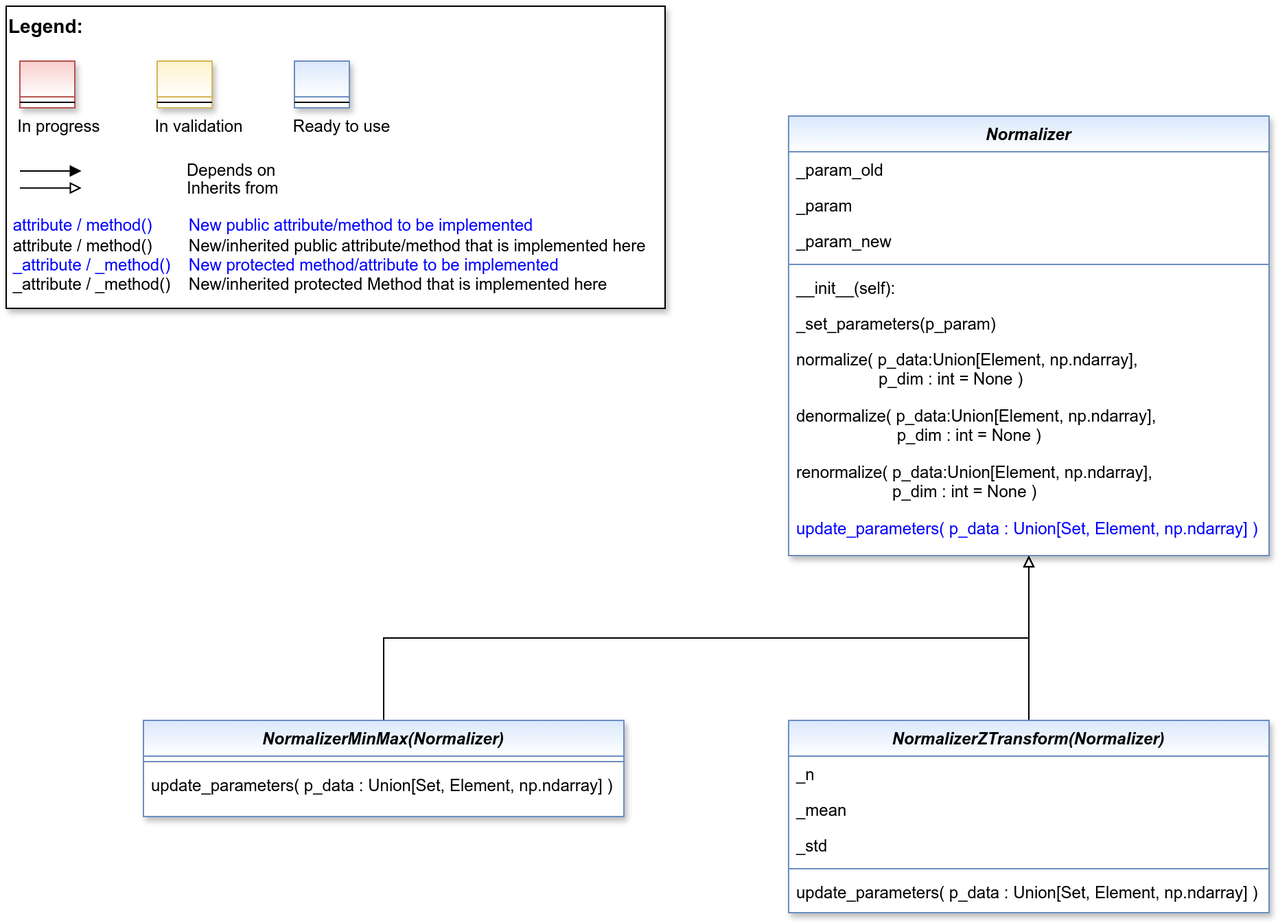
Above: doc/rtd/content/99_appendices/appendix2/sub/mlpro_bf/layer2_mathematics/images/MLPro-BF-Math-Normalizers_class_diagram.drawio.png in fhswf/MLPro (draw.io), before the change. Source tidied: cells renumbered, new cells last; positions are measured from the earlier drawing's top-left corner, leaving out a move shared by most shapes.
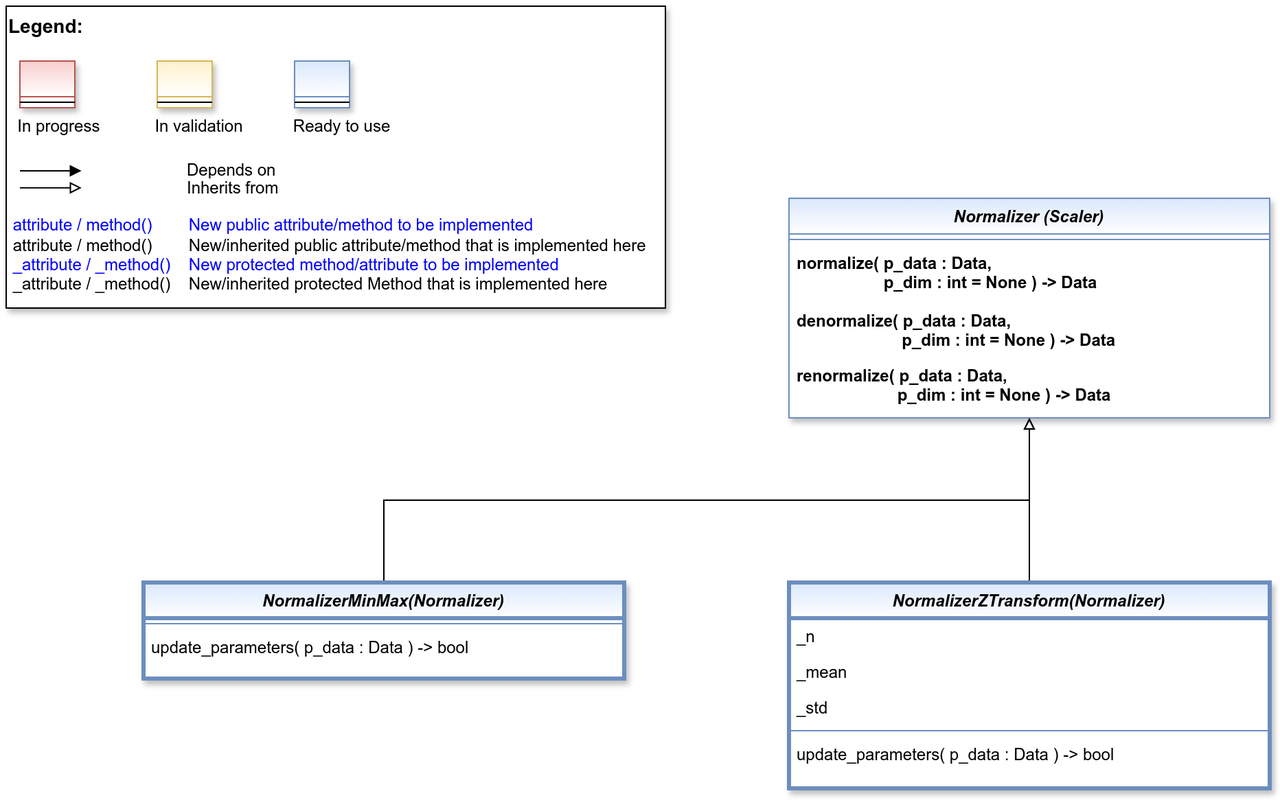
Above is the later version.

Commit message:
BF-Math: Extensions to the Function template #1221

Change to the diagram source:
```diff
@@ -4,114 +4,96 @@
     <mxCell id="1" parent="0" />
-    <mxCell id="2" value="Normalizer" style="swimlane;fontStyle=3;align=center;verticalAlign=top;horizontal=1;startSize=26;rounded=0;shadow=1;strokeWidth=1;fillColor=#dae8fc;strokeColor=#6c8ebf;gradientColor=#FFFFFF;swimlaneFillColor=#FFFFFF;" parent="1" vertex="1">
-      <mxGeometry x="570" y="80" width="350" height="320" as="geometry" />
+    <mxCell id="2" value="Normalizer (Scaler)" style="swimlane;fontStyle=3;align=center;verticalAlign=top;horizontal=1;startSize=26;rounded=0;shadow=1;strokeWidth=1;fillColor=#dae8fc;strokeColor=#6c8ebf;swimlaneFillColor=#FFFFFF;gradientColor=#FFFFFF;" parent="1" vertex="1">
+      <mxGeometry x="570" y="140" width="350" height="160" as="geometry" />
     </mxCell>
-    <mxCell id="3" value="_param_old" style="text;align=left;verticalAlign=top;spacingLeft=4;spacingRight=4;overflow=hidden;rounded=0;shadow=0;html=0;" parent="2" vertex="1">
-      <mxGeometry y="26" width="350" height="26" as="geometry" />
+    <mxCell id="3" style="line;html=1;strokeWidth=1;align=left;verticalAlign=middle;spacingTop=-1;spacingLeft=3;spacingRight=3;labelPosition=right;fillColor=#dae8fc;strokeColor=#6c8ebf;gradientColor=#FFFFFF;" parent="2" vertex="1">
+      <mxGeometry y="26" width="350" height="8" as="geometry" />
     </mxCell>
-    <mxCell id="4" value="_param" style="text;align=left;verticalAlign=top;spacingLeft=4;spacingRight=4;overflow=hidden;rounded=0;shadow=0;html=0;" parent="2" vertex="1">
-      <mxGeometry y="52" width="350" height="26" as="geometry" />
+    <mxCell id="4" value="normalize( p_data : Data, &#10;                   p_dim : int = None ) -&gt; Data" style="text;align=left;verticalAlign=top;spacingLeft=4;spacingRight=4;overflow=hidden;fontColor=default;fontStyle=1;" parent="2" vertex="1">
+      <mxGeometry y="34" width="350" height="42" as="geometry" />
     </mxCell>
-    <mxCell id="5" value="_param_new" style="text;align=left;verticalAlign=top;spacingLeft=4;spacingRight=4;overflow=hidden;rounded=0;shadow=0;html=0;" parent="2" vertex="1">
-      <mxGeometry y="78" width="350" height="26" as="geometry" />
+    <mxCell id="5" value="denormalize( p_data : Data, &#10;                       p_dim : int = None ) -&gt; Data" style="text;align=left;verticalAlign=top;spacingLeft=4;spacingRight=4;overflow=hidden;fontColor=default;fontStyle=1;" parent="2" vertex="1">
+      <mxGeometry y="76" width="350" height="40" as="geometry" />
     </mxCell>
-    <mxCell id="6" style="line;html=1;strokeWidth=1;align=left;verticalAlign=middle;spacingTop=-1;spacingLeft=3;spacingRight=3;labelPosition=right;fillColor=#dae8fc;strokeColor=#6c8ebf;gradientColor=#FFFFFF;" parent="2" vertex="1">
-      <mxGeometry y="104" width="350" height="8" as="geometry" />
+    <mxCell id="6" value="renormalize( p_data : Data, &#10;                      p_dim : int = None ) -&gt; Data" style="text;align=left;verticalAlign=top;spacingLeft=4;spacingRight=4;overflow=hidden;fontColor=default;fontStyle=1;" parent="2" vertex="1">
+      <mxGeometry y="116" width="350" height="40" as="geometry" />
     </mxCell>
-    <mxCell id="7" value="__init__(self):" style="text;align=left;verticalAlign=top;spacingLeft=4;spacingRight=4;overflow=hidden;" parent="2" vertex="1">
-      <mxGeometry y="112" width="350" height="26" as="geometry" />
+    <mxCell id="7" style="edgeStyle=orthogonalEdgeStyle;rounded=0;jettySize=auto;html=1;endArrow=block;endFill=0;" parent="1" edge="1" source="8" target="2">
+      <mxGeometry relative="1" as="geometry">
+        <Array as="points">
+          <mxPoint x="275" y="360" />
+          <mxPoint x="745" y="360" />
+        </Array>
+      </mxGeometry>
     </mxCell>
-    <mxCell id="8" value="_set_parameters(p_param)" style="text;align=left;verticalAlign=top;spacingLeft=4;spacingRight=4;overflow=hidden;points=[[0,0.5],[1,0.5]];portConstraint=eastwest;fontColor=#000000;" parent="2" vertex="1">
-      <mxGeometry y="138" width="350" height="26" as="geometry" />
+    <mxCell id="8" value="NormalizerMinMax(Normalizer)" style="swimlane;fontStyle=3;align=center;verticalAlign=top;horizontal=1;startSize=26;rounded=0;shadow=1;strokeWidth=3;fillColor=#dae8fc;strokeColor=#6c8ebf;gradientColor=#FFFFFF;swimlaneFillColor=#FFFFFF;" parent="1" vertex="1">
+      <mxGeometry x="100" y="420" width="350" height="70" as="geometry" />
     </mxCell>
-    <mxCell id="9" value="normalize( p_data:Union[Element, np.ndarray], &#10;                  p_dim : int = None )" style="text;align=left;verticalAlign=top;spacingLeft=4;spacingRight=4;overflow=hidden;whiteSpace=wrap;" parent="2" vertex="1">
-      <mxGeometry y="164" width="350" height="41" as="geometry" />
+    <mxCell id="9" style="line;html=1;strokeWidth=1;align=left;verticalAlign=middle;spacingTop=-1;spacingLeft=3;spacingRight=3;labelPosition=right;fillColor=#dae8fc;strokeColor=#6c8ebf;" parent="8" vertex="1">
+      <mxGeometry y="26" width="350" height="8" as="geometry" />
     </mxCell>
-    <mxCell id="10" value="denormalize( p_data:Union[Element, np.ndarray], &#10;                      p_dim : int = None )" style="text;align=left;verticalAlign=top;spacingLeft=4;spacingRight=4;overflow=hidden;whiteSpace=wrap;" parent="2" vertex="1">
-      <mxGeometry y="205" width="350" height="41" as="geometry" />
+    <mxCell id="10" value="update_parameters( p_data : Data ) -&gt; bool" style="text;align=left;verticalAlign=top;spacingLeft=4;spacingRight=4;overflow=hidden;fontColor=default;whiteSpace=wrap;" parent="8" vertex="1">
+      <mxGeometry y="34" width="350" height="28" as="geometry" />
     </mxCell>
-    <mxCell id="11" value="renormalize( p_data:Union[Element, np.ndarray], &#10;                     p_dim : int = None )" style="text;align=left;verticalAlign=top;spacingLeft=4;spacingRight=4;overflow=hidden;whiteSpace=wrap;" parent="2" vertex="1">
-      <mxGeometry y="246" width="350" height="41" as="geometry" />
+    <mxCell id="11" style="edgeStyle=orthogonalEdgeStyle;rounded=0;jettySize=auto;html=1;endArrow=block;endFill=0;" parent="1" edge="1" source="12" target="2">
+      <mxGeometry relative="1" as="geometry" />
     </mxCell>
-    <mxCell id="12" value="update_parameters( p_data : Union[Set, Element, np.ndarray] )" style="text;align=left;verticalAlign=top;spacingLeft=4;spacingRight=4;overflow=hidden;points=[[0,0.5],[1,0.5]];portConstraint=eastwest;fontColor=#0000FF;whiteSpace=wrap;" parent="2" vertex="1">
-      <mxGeometry y="287" width="350" height="28" as="geometry" />
+    <mxCell id="12" value="NormalizerZTransform(Normalizer)" style="swimlane;fontStyle=3;align=center;verticalAlign=top;horizontal=1;startSize=26;rounded=0;shadow=1;strokeWidth=3;fillColor=#dae8fc;strokeColor=#6c8ebf;gradientColor=#FFFFFF;swimlaneFillColor=#FFFFFF;" parent="1" vertex="1">
+      <mxGeometry x="570" y="420" width="350" height="150" as="geometry" />
     </mxCell>
-    <mxCell id="13" style="edgeStyle=orthogonalEdgeStyle;rounded=0;jettySize=auto;html=1;endArrow=block;endFill=0;" parent="1" edge="1" source="14" target="2">
-      <mxGeometry relative="1" as="geometry">
-        <Array as="points">
-          <mxPoint x="275" y="460" />
-          <mxPoint x="745" y="460" />
-        </Array>
-      </mxGeometry>
+    <mxCell id="13" value="_n" style="text;align=left;verticalAlign=top;spacingLeft=4;spacingRight=4;overflow=hidden;rounded=0;shadow=0;html=0;" parent="12" vertex="1">
+      <mxGeometry y="26" width="350" height="26" as="geometry" />
     </mxCell>
-    <mxCell id="14" value="NormalizerMinMax(Normalizer)" style="swimlane;fontStyle=3;align=center;verticalAlign=top;horizontal=1;startSize=26;rounded=0;shadow=1;strokeWidth=1;fillColor=#dae8fc;strokeColor=#6c8ebf;gradientColor=#FFFFFF;swimlaneFillColor=#FFFFFF;" parent="1" vertex="1">
-      <mxGeometry x="100" y="520" width="350" height="70" as="geometry" />
+    <mxCell id="14" value="_mean" style="text;align=left;verticalAlign=top;spacingLeft=4;spacingRight=4;overflow=hidden;points=[[0,0.5],[1,0.5]];portConstraint=eastwest;rounded=0;shadow=0;html=0;" parent="12" vertex="1">
+      <mxGeometry y="52" width="350" height="26" as="geometry" />
     </mxCell>
-    <mxCell id="15" style="line;html=1;strokeWidth=1;align=left;verticalAlign=middle;spacingTop=-1;spacingLeft=3;spacingRight=3;labelPosition=right;fillColor=#dae8fc;strokeColor=#6c8ebf;" parent="14" vertex="1">
-      <mxGeometry y="26" width="350" height="8" as="geometry" />
+    <mxCell id="15" value="_std" style="text;align=left;verticalAlign=top;spacingLeft=4;spacingRight=4;overflow=hidden;rounded=0;shadow=0;html=0;" parent="12" vertex="1">
+      <mxGeometry y="78" width="350" height="26" as="geometry" />
     </mxCell>
-    <mxCell id="16" value="update_parameters( p_data : Union[Set, Element, np.ndarray] )" style="text;align=left;verticalAlign=top;spacingLeft=4;spacingRight=4;overflow=hidden;fontColor=default;whiteSpace=wrap;" parent="14" vertex="1">
-      <mxGeometry y="34" width="350" height="28" as="geometry" />
+    <mxCell id="16" style="line;html=1;strokeWidth=1;align=left;verticalAlign=middle;spacingTop=-1;spacingLeft=3;spacingRight=3;labelPosition=right;fillColor=#dae8fc;strokeColor=#6c8ebf;gradientColor=#FFFFFF;" parent="12" vertex="1">
+      <mxGeometry y="104" width="350" height="8" as="geometry" />
     </mxCell>
-    <mxCell id="17" style="edgeStyle=orthogonalEdgeStyle;rounded=0;jettySize=auto;html=1;endArrow=block;endFill=0;" parent="1" edge="1" source="18" target="2">
-      <mxGeometry relative="1" as="geometry" />
+    <mxCell id="17" value="update_parameters( p_data : Data ) -&gt; bool" style="text;align=left;verticalAlign=top;spacingLeft=4;spacingRight=4;overflow=hidden;fontColor=default;whiteSpace=wrap;" parent="12" vertex="1">
+      <mxGeometry y="112" width="350" height="28" as="geometry" />
     </mxCell>
-    <mxCell id="18" value="NormalizerZTransform(Normalizer)" style="swimlane;fontStyle=3;align=center;verticalAlign=top;horizontal=1;startSize=26;rounded=0;shadow=1;strokeWidth=1;fillColor=#dae8fc;strokeColor=#6c8ebf;gradientColor=#FFFFFF;swimlaneFillColor=#FFFFFF;" parent="1" vertex="1">
-      <mxGeometry x="570" y="520" width="350" height="140" as="geometry" />
+    <mxCell id="18" style="group;" parent="1" vertex="1">
+      <mxGeometry width="480" height="220" as="geometry" />
     </mxCell>
-    <mxCell id="19" value="_n" style="text;align=left;verticalAlign=top;spacingLeft=4;spacingRight=4;overflow=hidden;rounded=0;shadow=0;html=0;" parent="18" vertex="1">
-      <mxGeometry y="26" width="350" height="26" as="geometry" />
+    <mxCell id="19" value="&lt;font color=&quot;#000000&quot; size=&quot;1&quot;&gt;&lt;b style=&quot;font-size: 14px&quot;&gt;Legend:&lt;br&gt;&lt;/b&gt;&lt;/font&gt;&lt;br&gt;&lt;br&gt;&lt;br&gt;&lt;font color=&quot;#0000ff&quot; style=&quot;font-size: 6px&quot;&gt;&lt;br&gt;&lt;/font&gt;&lt;span style=&quot;color: rgb(0 , 0 , 0)&quot;&gt;&lt;font style=&quot;font-size: 4px&quot;&gt;&amp;nbsp; &amp;nbsp;&lt;/font&gt;&amp;nbsp;In progress&amp;nbsp; &amp;nbsp; &amp;nbsp; &amp;nbsp; &amp;nbsp; &amp;nbsp; In validation&amp;nbsp; &amp;nbsp; &amp;nbsp; &amp;nbsp; &amp;nbsp; &amp;nbsp;Ready to use&lt;/span&gt;&lt;font color=&quot;#000000&quot;&gt;&amp;nbsp;&lt;br&gt;&lt;/font&gt;&lt;font color=&quot;#0000ff&quot;&gt;&lt;br&gt;&lt;br&gt;&lt;br&gt;&lt;br&gt;&amp;nbsp;attribute / method()&amp;nbsp; &amp;nbsp; &amp;nbsp; &amp;nbsp; New public attribute/method to be implemented&lt;/font&gt;&lt;br&gt;&lt;font color=&quot;#000000&quot;&gt;&amp;nbsp;&lt;/font&gt;&lt;font color=&quot;#000000&quot;&gt;attribute / method()&lt;span&gt;&#9;&lt;/span&gt;&amp;nbsp; &amp;nbsp; &amp;nbsp; &amp;nbsp;New/inherited public attribute/method that is implemented here&lt;br&gt;&lt;/font&gt;&lt;font color=&quot;#0000ff&quot;&gt;&amp;nbsp;_attribute /&amp;nbsp;&lt;/font&gt;&lt;font color=&quot;#0000ff&quot;&gt;_method()&amp;nbsp; &amp;nbsp; New protected method/attribute to be implemented&lt;/font&gt;&lt;br&gt;&lt;font color=&quot;#000000&quot;&gt;&amp;nbsp;_attribute / _method()&amp;nbsp; &amp;nbsp; New/inherited protected Method that is implemented here&lt;br&gt;&lt;/font&gt;&lt;font color=&quot;#000000&quot;&gt;&lt;br&gt;&lt;br&gt;&lt;br&gt;&lt;br&gt;&lt;br&gt;&lt;/font&gt;" style="text;html=1;align=left;verticalAlign=top;whiteSpace=wrap;rounded=0;fontColor=#006600;strokeColor=#000000;shadow=1;fillColor=#ffffff;" parent="18" vertex="1">
+      <mxGeometry width="480" height="220" as="geometry" />
     </mxCell>
-    <mxCell id="20" value="_mean" style="text;align=left;verticalAlign=top;spacingLeft=4;spacingRight=4;overflow=hidden;rounded=0;shadow=0;html=0;" parent="18" vertex="1">
-      <mxGeometry y="52" width="350" height="26" as="geometry" />
+    <mxCell id="20" value="Depends on" style="endArrow=block;html=1;labelPosition=right;verticalLabelPosition=middle;align=left;verticalAlign=middle;endFill=1;fontSize=12;" parent="18" edge="1">
+      <mxGeometry x="-1590" y="-2180" as="geometry">
+        <mxPoint x="10" y="120" as="sourcePoint" />
+        <mxPoint x="54.8" y="120" as="targetPoint" />
+        <Array as="points">
+          <mxPoint x="30" y="120" />
+        </Array>
+        <mxPoint x="98" as="offset" />
+      </mxGeometry>
     </mxCell>
-    <mxCell id="21" value="_std" style="text;align=left;verticalAlign=top;spacingLeft=4;spacingRight=4;overflow=hidden;rounded=0;shadow=0;html=0;" parent="18" vertex="1">
-      <mxGeometry y="78" width="350" height="26" as="geometry" />
+    <mxCell id="21" value="Inherits from" style="endArrow=block;html=1;labelPosition=right;verticalLabelPosition=middle;align=left;verticalAlign=middle;endFill=0;fontSize=12;" parent="18" edge="1">
+      <mxGeometry x="-1590" y="-2180" as="geometry">
+        <mxPoint x="10" y="132.4" as="sourcePoint" />
+        <mxPoint x="54.8" y="132.4" as="targetPoint" />
+        <mxPoint x="98" y="1" as="offset" />
+      </mxGeometry>
     </mxCell>
-    <mxCell id="22" style="line;html=1;strokeWidth=1;align=left;verticalAlign=middle;spacingTop=-1;spacingLeft=3;spacingRight=3;labelPosition=right;fillColor=#dae8fc;strokeColor=#6c8ebf;gradientColor=#FFFFFF;" parent="18" vertex="1">
-      <mxGeometry y="104" width="350" height="8" as="geometry" />
+    <mxCell id="22" style="swimlane;fontStyle=3;align=center;verticalAlign=top;horizontal=1;startSize=26;rounded=0;shadow=1;strokeWidth=1;fillColor=#f8cecc;strokeColor=#b85450;gradientColor=#ffffff;swimlaneFillColor=#ffffff;" parent="18" vertex="1">
+      <mxGeometry x="10" y="40" width="40" height="34" as="geometry" />
     </mxCell>
-    <mxCell id="23" value="update_parameters( p_data : Union[Set, Element, np.ndarray] )" style="text;align=left;verticalAlign=top;spacingLeft=4;spacingRight=4;overflow=hidden;fontColor=default;whiteSpace=wrap;" parent="18" vertex="1">
-      <mxGeometry y="112" width="350" height="28" as="geometry" />
+    <mxCell id="23" style="line;html=1;strokeWidth=1;align=left;verticalAlign=middle;spacingTop=-1;spacingLeft=3;spacingRight=3;labelPosition=right;" parent="22" vertex="1">
+      <mxGeometry y="26" width="40" height="8" as="geometry" />
     </mxCell>
-    <mxCell id="24" style="group;" parent="1" vertex="1">
-      <mxGeometry width="480" height="220" as="geometry" />
+    <mxCell id="24" style="swimlane;fontStyle=3;align=center;verticalAlign=top;horizontal=1;startSize=26;rounded=0;shadow=1;strokeWidth=1;fillColor=#fff2cc;strokeColor=#d6b656;gradientColor=#ffffff;swimlaneFillColor=#ffffff;" parent="18" vertex="1">
+      <mxGeometry x="110" y="40" width="40" height="34" as="geometry" />
     </mxCell>
-    <mxCell id="25" value="&lt;font color=&quot;#000000&quot; size=&quot;1&quot;&gt;&lt;b style=&quot;font-size: 14px&quot;&gt;Legend:&lt;br&gt;&lt;/b&gt;&lt;/font&gt;&lt;br&gt;&lt;br&gt;&lt;br&gt;&lt;font color=&quot;#0000ff&quot; style=&quot;font-size: 6px&quot;&gt;&lt;br&gt;&lt;/font&gt;&lt;span style=&quot;color: rgb(0 , 0 , 0)&quot;&gt;&lt;font style=&quot;font-size: 4px&quot;&gt;&amp;nbsp; &amp;nbsp;&lt;/font&gt;&amp;nbsp;In progress&amp;nbsp; &amp;nbsp; &amp;nbsp; &amp;nbsp; &amp;nbsp; &amp;nbsp; In validation&amp;nbsp; &amp;nbsp; &amp;nbsp; &amp;nbsp; &amp;nbsp; &amp;nbsp;Ready to use&lt;/span&gt;&lt;font color=&quot;#000000&quot;&gt;&amp;nbsp;&lt;br&gt;&lt;/font&gt;&lt;font color=&quot;#0000ff&quot;&gt;&lt;br&gt;&lt;br&gt;&lt;br&gt;&lt;br&gt;&amp;nbsp;attribute / method()&amp;nbsp; &amp;nbsp; &amp;nbsp; &amp;nbsp; New public attribute/method to be implemented&lt;/font&gt;&lt;br&gt;&lt;font color=&quot;#000000&quot;&gt;&amp;nbsp;&lt;/font&gt;&lt;font color=&quot;#000000&quot;&gt;attribute / method()&lt;span&gt;&#9;&lt;/span&gt;&amp;nbsp; &amp;nbsp; &amp;nbsp; &amp;nbsp;New/inherited public attribute/method that is implemented here&lt;br&gt;&lt;/font&gt;&lt;font color=&quot;#0000ff&quot;&gt;&amp;nbsp;_attribute /&amp;nbsp;&lt;/font&gt;&lt;font color=&quot;#0000ff&quot;&gt;_method()&amp;nbsp; &amp;nbsp; New protected method/attribute to be implemented&lt;/font&gt;&lt;br&gt;&lt;font color=&quot;#000000&quot;&gt;&amp;nbsp;_attribute / _method()&amp;nbsp; &amp;nbsp; New/inherited protected Method that is implemented here&lt;br&gt;&lt;/font&gt;&lt;font color=&quot;#000000&quot;&gt;&lt;br&gt;&lt;br&gt;&lt;br&gt;&lt;br&gt;&lt;br&gt;&lt;/font&gt;" style="text;html=1;align=left;verticalAlign=top;whiteSpace=wrap;rounded=0;fontColor=#006600;strokeColor=#000000;shadow=1;fillColor=#ffffff;" parent="24" vertex="1">
-      <mxGeometry width="480" height="220" as="geometry" />
+    <mxCell id="25" style="line;html=1;strokeWidth=1;align=left;verticalAlign=middle;spacingTop=-1;spacingLeft=3;spacingRight=3;labelPosition=right;" parent="24" vertex="1">
+      <mxGeometry y="26" width="40" height="8" as="geometry" />
     </mxCell>
-    <mxCell id="26" value="Depends on" style="endArrow=block;html=1;labelPosition=right;verticalLabelPosition=middle;align=left;verticalAlign=middle;endFill=1;fontSize=12;" parent="24" edge="1">
-      <mxGeometry x="-1590" y="-2180" as="geometry">
-        <mxPoint x="10" y="120" as="sourcePoint" />
-        <mxPoint x="54.8" y="120" as="targetPoint" />
-        <Array as="points">
-          <mxPoint x="30" y="120" />
-        </Array>
-        <mxPoint x="98" as="offset" />
-      </mxGeometry>
+    <mxCell id="26" style="swimlane;fontStyle=3;align=center;verticalAlign=top;horizontal=1;startSize=26;rounded=0;shadow=1;strokeWidth=1;fillColor=#dae8fc;strokeColor=#6c8ebf;gradientColor=#ffffff;swimlaneFillColor=#ffffff;" parent="18" vertex="1">
+      <mxGeometry x="210" y="40" width="40" height="34" as="geometry" />
     </mxCell>
-    <mxCell id="27" value="Inherits from" style="endArrow=block;html=1;labelPosition=right;verticalLabelPosition=middle;align=left;verticalAlign=middle;endFill=0;fontSize=12;" parent="24" edge="1">
-      <mxGeometry x="-1590" y="-2180" as="geometry">
-        <mxPoint x="10" y="132.4" as="sourcePoint" />
-        <mxPoint x="54.8" y="132.4" as="targetPoint" />
-        <mxPoint x="98" y="1" as="offset" />
-      </mxGeometry>
+    <mxCell id="27" style="line;html=1;strokeWidth=1;align=left;verticalAlign=middle;spacingTop=-1;spacingLeft=3;spacingRight=3;labelPosition=right;" parent="26" vertex="1">
+      <mxGeometry y="26" width="40" height="8" as="geometry" />
     </mxCell>
-    <mxCell id="28" style="swimlane;fontStyle=3;align=center;verticalAlign=top;horizontal=1;startSize=26;rounded=0;shadow=1;strokeWidth=1;fillColor=#f8cecc;strokeColor=#b85450;gradientColor=#ffffff;swimlaneFillColor=#ffffff;" parent="24" vertex="1">
-      <mxGeometry x="10" y="40" width="40" height="34" as="geometry" />
-    </mxCell>
-    <mxCell id="29" style="line;html=1;strokeWidth=1;align=left;verticalAlign=middle;spacingTop=-1;spacingLeft=3;spacingRight=3;labelPosition=right;" parent="28" vertex="1">
-      <mxGeometry y="26" width="40" height="8" as="geometry" />
-    </mxCell>
-    <mxCell id="30" style="swimlane;fontStyle=3;align=center;verticalAlign=top;horizontal=1;startSize=26;rounded=0;shadow=1;strokeWidth=1;fillColor=#fff2cc;strokeColor=#d6b656;gradientColor=#ffffff;swimlaneFillColor=#ffffff;" parent="24" vertex="1">
-      <mxGeometry x="110" y="40" width="40" height="34" as="geometry" />
-    </mxCell>
-    <mxCell id="31" style="line;html=1;strokeWidth=1;align=left;verticalAlign=middle;spacingTop=-1;spacingLeft=3;spacingRight=3;labelPosition=right;" parent="30" vertex="1">
-      <mxGeometry y="26" width="40" height="8" as="geometry" />
-    </mxCell>
-    <mxCell id="32" style="swimlane;fontStyle=3;align=center;verticalAlign=top;horizontal=1;startSize=26;rounded=0;shadow=1;strokeWidth=1;fillColor=#dae8fc;strokeColor=#6c8ebf;gradientColor=#ffffff;swimlaneFillColor=#ffffff;" parent="24" vertex="1">
-      <mxGeometry x="210" y="40" width="40" height="34" as="geometry" />
-    </mxCell>
-    <mxCell id="33" style="line;html=1;strokeWidth=1;align=left;verticalAlign=middle;spacingTop=-1;spacingLeft=3;spacingRight=3;labelPosition=right;" parent="32" vertex="1">
-      <mxGeometry y="26" width="40" height="8" as="geometry" />
-    </mxCell>
   </root>
```
